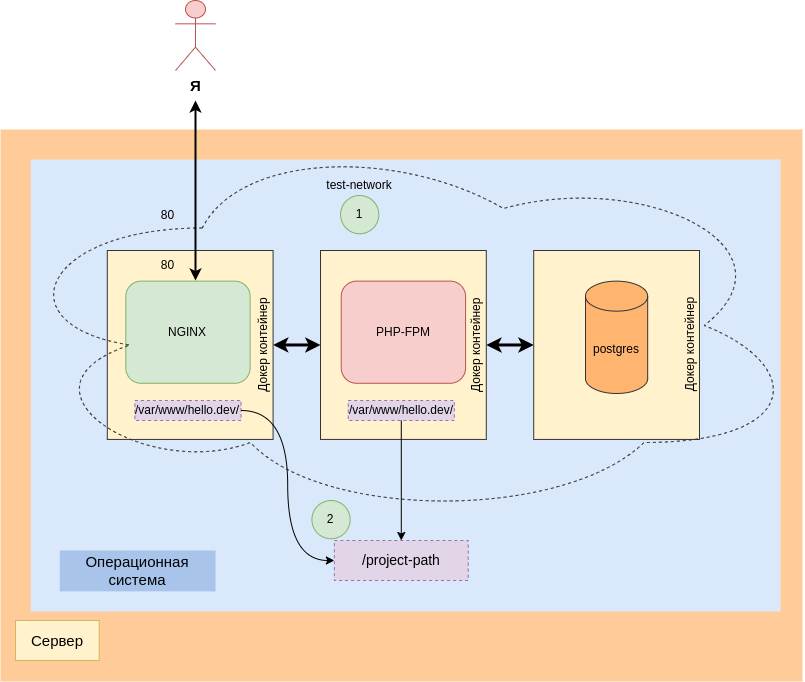
Before: assets/img/posts/docker-for-kids/docker-compose.drawio.png, a diagram exported from draw.io (ildarsaitkulov/ildarsaitkulov.github.io). Source tidied: cells renumbered, new cells last; positions are measured from the earlier drawing's top-left corner, leaving out a move shared by most shapes.
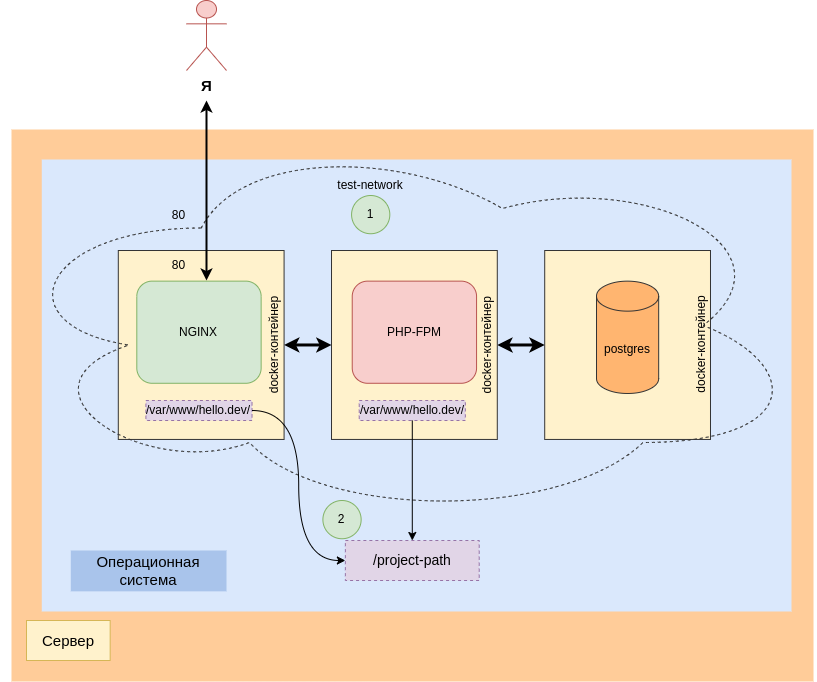
Later version of the same file.

What changed in the source:
```diff
@@ -23,7 +23,7 @@
     <mxCell id="8" style="group;" parent="7" vertex="1">
       <mxGeometry width="165.8" height="188.9" as="geometry" />
     </mxCell>
-    <mxCell id="9" value="Докер контейнер" style="rounded=0;whiteSpace=wrap;html=1;fillColor=#FFF2CC;verticalAlign=bottom;horizontal=0;strokeColor=#333333;" parent="8" vertex="1">
+    <mxCell id="9" value="docker-контейнер" style="rounded=0;whiteSpace=wrap;html=1;fillColor=#FFF2CC;verticalAlign=bottom;horizontal=0;strokeColor=#333333;" parent="8" vertex="1">
       <mxGeometry x="-4.5" width="165.8" height="188.9" as="geometry" />
     </mxCell>
     <mxCell id="10" value="NGINX" style="rounded=1;whiteSpace=wrap;html=1;fillColor=#d5e8d4;strokeColor=#82b366;" parent="8" vertex="1">
@@ -41,7 +41,7 @@
     <mxCell id="14" style="group;strokeColor=none;horizontal=1;verticalAlign=bottom;labelPosition=left;verticalLabelPosition=top;align=center;" parent="1" vertex="1">
       <mxGeometry x="532.2" y="250" width="270.9" height="270" as="geometry" />
     </mxCell>
-    <mxCell id="15" value="Докер контейнер" style="rounded=0;whiteSpace=wrap;html=1;fillColor=#FFF2CC;verticalAlign=bottom;horizontal=0;strokeColor=#333333;" parent="14" vertex="1">
+    <mxCell id="15" value="docker-контейнер" style="rounded=0;whiteSpace=wrap;html=1;fillColor=#FFF2CC;verticalAlign=bottom;horizontal=0;strokeColor=#333333;" parent="14" vertex="1">
       <mxGeometry width="165.8" height="188.9" as="geometry" />
     </mxCell>
     <mxCell id="16" value="postgres" style="shape=cylinder3;whiteSpace=wrap;html=1;boundedLbl=1;backgroundOutline=1;size=15;fillColor=#FFB570;strokeColor=#333333;" parent="14" vertex="1">
@@ -51,7 +51,7 @@
       <mxGeometry relative="1" as="geometry" />
     </mxCell>
     <mxCell id="18" style="ellipse;shape=cloud;whiteSpace=wrap;html=1;dashed=1;strokeColor=#333333;fillColor=none;" parent="14" vertex="1">
-      <mxGeometry x="-532.2" y="-120" width="803.1" height="390" as="geometry" />
+      <mxGeometry x="-544.2" y="-120" width="803.1" height="390" as="geometry" />
     </mxCell>
     <mxCell id="19" style="endArrow=classic;html=1;rounded=0;strokeWidth=1;fontSize=12;fillColor=#333333;exitX=1;exitY=0.5;exitDx=0;exitDy=0;entryX=0;entryY=0.5;entryDx=0;entryDy=0;edgeStyle=orthogonalEdgeStyle;curved=1;" parent="1" edge="1" source="11" target="26">
       <mxGeometry relative="1" as="geometry" />
@@ -62,7 +62,7 @@
     <mxCell id="21" style="group;" parent="1" vertex="1">
       <mxGeometry x="319" y="250" width="458.9" height="305" as="geometry" />
     </mxCell>
-    <mxCell id="22" value="Докер контейнер" style="rounded=0;whiteSpace=wrap;html=1;fillColor=#FFF2CC;verticalAlign=bottom;horizontal=0;strokeColor=#333333;" parent="21" vertex="1">
+    <mxCell id="22" value="docker-контейнер" style="rounded=0;whiteSpace=wrap;html=1;fillColor=#FFF2CC;verticalAlign=bottom;horizontal=0;strokeColor=#333333;" parent="21" vertex="1">
       <mxGeometry width="165.8" height="188.9" as="geometry" />
     </mxCell>
     <mxCell id="23" value="PHP-FPM" style="rounded=1;whiteSpace=wrap;html=1;fillColor=#f8cecc;strokeColor=#b85450;" parent="21" vertex="1">
```
